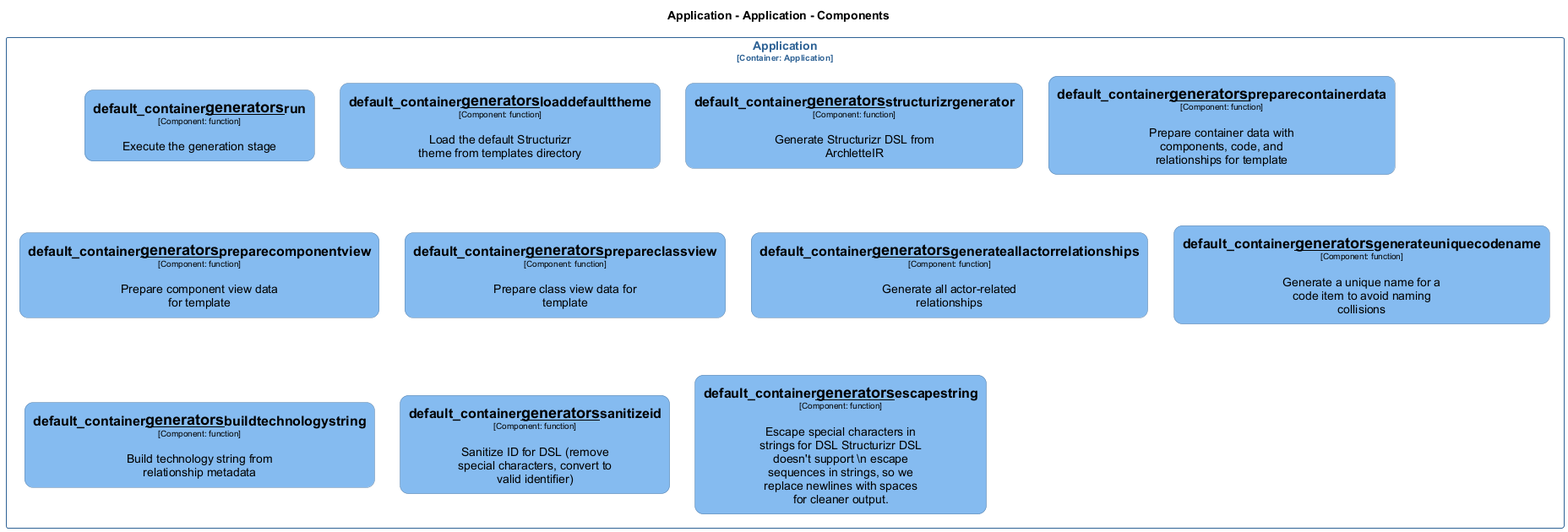
Before: docs/architecture/diagrams/structurizr-Classes_default_container__generators.png, a diagram exported from PlantUML (chrislyons-dev/archlette).
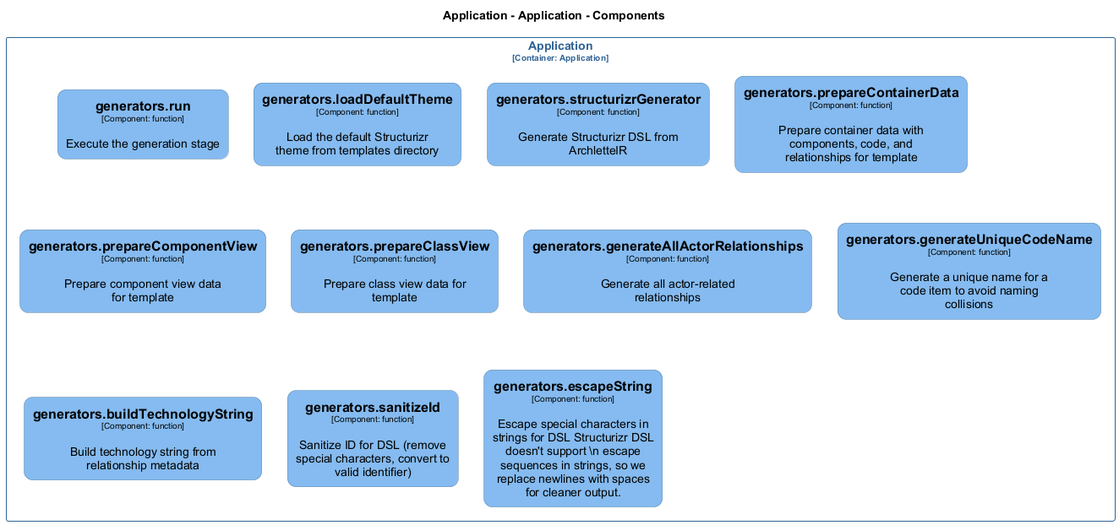
After the change.

What changed in the source:
```diff
@@ -16,77 +16,77 @@
 
 hide stereotype
 
-skinparam rectangle<<Application.Application.default_container__generators__buildtechnologystring>> {
+skinparam rectangle<<Application.Application.generatorsbuildTechnologyString>> {
   BackgroundColor #85bbf0
   FontColor #000000
   BorderColor #5d82a8
   roundCorner 20
   shadowing false
 }
-skinparam rectangle<<Application.Application.default_container__generators__escapestring>> {
+skinparam rectangle<<Application.Application.generatorsescapeString>> {
   BackgroundColor #85bbf0
   FontColor #000000
   BorderColor #5d82a8
   roundCorner 20
   shadowing false
 }
-skinparam rectangle<<Application.Application.default_container__generators__generateallactorrelationships>> {
+skinparam rectangle<<Application.Application.generatorsgenerateAllActorRelationships>> {
   BackgroundColor #85bbf0
   FontColor #000000
   BorderColor #5d82a8
   roundCorner 20
   shadowing false
 }
-skinparam rectangle<<Application.Application.default_container__generators__generateuniquecodename>> {
+skinparam rectangle<<Application.Application.generatorsgenerateUniqueCodeName>> {
   BackgroundColor #85bbf0
   FontColor #000000
   BorderColor #5d82a8
   roundCorner 20
   shadowing false
 }
-skinparam rectangle<<Application.Application.default_container__generators__loaddefaulttheme>> {
+skinparam rectangle<<Application.Application.generatorsloadDefaultTheme>> {
   BackgroundColor #85bbf0
   FontColor #000000
   BorderColor #5d82a8
   roundCorner 20
   shadowing false
 }
-skinparam rectangle<<Application.Application.default_container__generators__prepareclassview>> {
+skinparam rectangle<<Application.Application.generatorsprepareClassView>> {
   BackgroundColor #85bbf0
   FontColor #000000
   BorderColor #5d82a8
   roundCorner 20
   shadowing false
 }
-skinparam rectangle<<Application.Application.default_container__generators__preparecomponentview>> {
+skinparam rectangle<<Application.Application.generatorsprepareComponentView>> {
   BackgroundColor #85bbf0
   FontColor #000000
   BorderColor #5d82a8
   roundCorner 20
   shadowing false
 }
-skinparam rectangle<<Application.Application.default_container__generators__preparecontainerdata>> {
+skinparam rectangle<<Application.Application.generatorsprepareContainerData>> {
   BackgroundColor #85bbf0
   FontColor #000000
   BorderColor #5d82a8
   roundCorner 20
   shadowing false
 }
-skinparam rectangle<<Application.Application.default_container__generators__run>> {
+skinparam rectangle<<Application.Application.generatorsrun>> {
   BackgroundColor #85bbf0
   FontColor #000000
   BorderColor #5d82a8
   roundCorner 20
   shadowing false
 }
-skinparam rectangle<<Application.Application.default_container__generators__sanitizeid>> {
+skinparam rectangle<<Application.Application.generatorssanitizeId>> {
   BackgroundColor #85bbf0
   FontColor #000000
   BorderColor #5d82a8
   roundCorner 20
   shadowing false
 }
-skinparam rectangle<<Application.Application.default_container__generators__structurizrgenerator>> {
+skinparam rectangle<<Application.Application.generatorsstructurizrGenerator>> {
   BackgroundColor #85bbf0
   FontColor #000000
   BorderColor #5d82a8
@@ -100,17 +100,17 @@
 }
 
 rectangle "Application\n<size:10>[Container: Application]</size>" <<Application.Application>> {
-  rectangle "==default_container__generators__run\n<size:10>[Component: function]</size>\n\nExecute the generation stage" <<Application.Application.default_container__generators__run>> as Application.Application.default_container__generators__run
-  rectangle "==default_container__generators__loaddefaulttheme\n<size:10>[Component: function]</size>\n\nLoad the default Structurizr theme from templates directory" <<Application.Application.default_container__generators__loaddefaulttheme>> as Application.Application.default_container__generators__loaddefaulttheme
-  rectangle "==default_container__generators__structurizrgenerator\n<size:10>[Component: function]</size>\n\nGenerate Structurizr DSL from ArchletteIR" <<Application.Application.default_container__generators__structurizrgenerator>> as Application.Application.default_container__generators__structurizrgenerator
-  rectangle "==default_container__generators__preparecontainerdata\n<size:10>[Component: function]</size>\n\nPrepare container data with components, code, and relationships for template" <<Application.Application.default_container__generators__preparecontainerdata>> as Application.Application.default_container__generators__preparecontainerdata
-  rectangle "==default_container__generators__preparecomponentview\n<size:10>[Component: function]</size>\n\nPrepare component view data for template" <<Application.Application.default_container__generators__preparecomponentview>> as Application.Application.default_container__generators__preparecomponentview
-  rectangle "==default_container__generators__prepareclassview\n<size:10>[Component: function]</size>\n\nPrepare class view data for template" <<Application.Application.default_container__generators__prepareclassview>> as Application.Application.default_container__generators__prepareclassview
-  rectangle "==default_container__generators__generateallactorrelationships\n<size:10>[Component: function]</size>\n\nGenerate all actor-related relationships" <<Application.Application.default_container__generators__generateallactorrelationships>> as Application.Application.default_container__generators__generateallactorrelationships
-  rectangle "==default_container__generators__generateuniquecodename\n<size:10>[Component: function]</size>\n\nGenerate a unique name for a code item to avoid naming collisions" <<Application.Application.default_container__generators__generateuniquecodename>> as Application.Application.default_container__generators__generateuniquecodename
-  rectangle "==default_container__generators__buildtechnologystring\n<size:10>[Component: function]</size>\n\nBuild technology string from relationship metadata" <<Application.Application.default_container__generators__buildtechnologystring>> as Application.Application.default_container__generators__buildtechnologystring
-  rectangle "==default_container__generators__sanitizeid\n<size:10>[Component: function]</size>\n\nSanitize ID for DSL (remove special characters, convert to valid identifier)" <<Application.Application.default_container__generators__sanitizeid>> as Application.Application.default_container__generators__sanitizeid
-  rectangle "==default_container__generators__escapestring\n<size:10>[Component: function]</size>\n\nEscape special characters in strings for DSL Structurizr DSL doesn't support \\n escape sequences in strings, so we replace newlines with spaces for cleaner output." <<Application.Application.default_container__generators__escapestring>> as Application.Application.default_container__generators__escapestring
+  rectangle "==generators.run\n<size:10>[Component: function]</size>\n\nExecute the generation stage" <<Application.Application.generatorsrun>> as Application.Application.generatorsrun
+  rectangle "==generators.loadDefaultTheme\n<size:10>[Component: function]</size>\n\nLoad the default Structurizr theme from templates directory" <<Application.Application.generatorsloadDefaultTheme>> as Application.Application.generatorsloadDefaultTheme
+  rectangle "==generators.structurizrGenerator\n<size:10>[Component: function]</size>\n\nGenerate Structurizr DSL from ArchletteIR" <<Application.Application.generatorsstructurizrGenerator>> as Application.Application.generatorsstructurizrGenerator
+  rectangle "==generators.prepareContainerData\n<size:10>[Component: function]</size>\n\nPrepare container data with components, code, and relationships for template" <<Application.Application.generatorsprepareContainerData>> as Application.Application.generatorsprepareContainerData
+  rectangle "==generators.prepareComponentView\n<size:10>[Component: function]</size>\n\nPrepare component view data for template" <<Application.Application.generatorsprepareComponentView>> as Application.Application.generatorsprepareComponentView
+  rectangle "==generators.prepareClassView\n<size:10>[Component: function]</size>\n\nPrepare class view data for template" <<Application.Application.generatorsprepareClassView>> as Application.Application.generatorsprepareClassView
+  rectangle "==generators.generateAllActorRelationships\n<size:10>[Component: function]</size>\n\nGenerate all actor-related relationships" <<Application.Application.generatorsgenerateAllActorRelationships>> as Application.Application.generatorsgenerateAllActorRelationships
+  rectangle "==generators.generateUniqueCodeName\n<size:10>[Component: function]</size>\n\nGenerate a unique name for a code item to avoid naming collisions" <<Application.Application.generatorsgenerateUniqueCodeName>> as Application.Application.generatorsgenerateUniqueCodeName
+  rectangle "==generators.buildTechnologyString\n<size:10>[Component: function]</size>\n\nBuild technology string from relationship metadata" <<Application.Application.generatorsbuildTechnologyString>> as Application.Application.generatorsbuildTechnologyString
+  rectangle "==generators.sanitizeId\n<size:10>[Component: function]</size>\n\nSanitize ID for DSL (remove special characters, convert to valid identifier)" <<Application.Application.generatorssanitizeId>> as Application.Application.generatorssanitizeId
+  rectangle "==generators.escapeString\n<size:10>[Component: function]</size>\n\nEscape special characters in strings for DSL Structurizr DSL doesn't support \\n escape sequences in strings, so we replace newlines with spaces for cleaner output." <<Application.Application.generatorsescapeString>> as Application.Application.generatorsescapeString
 }
 
 @enduml
```
